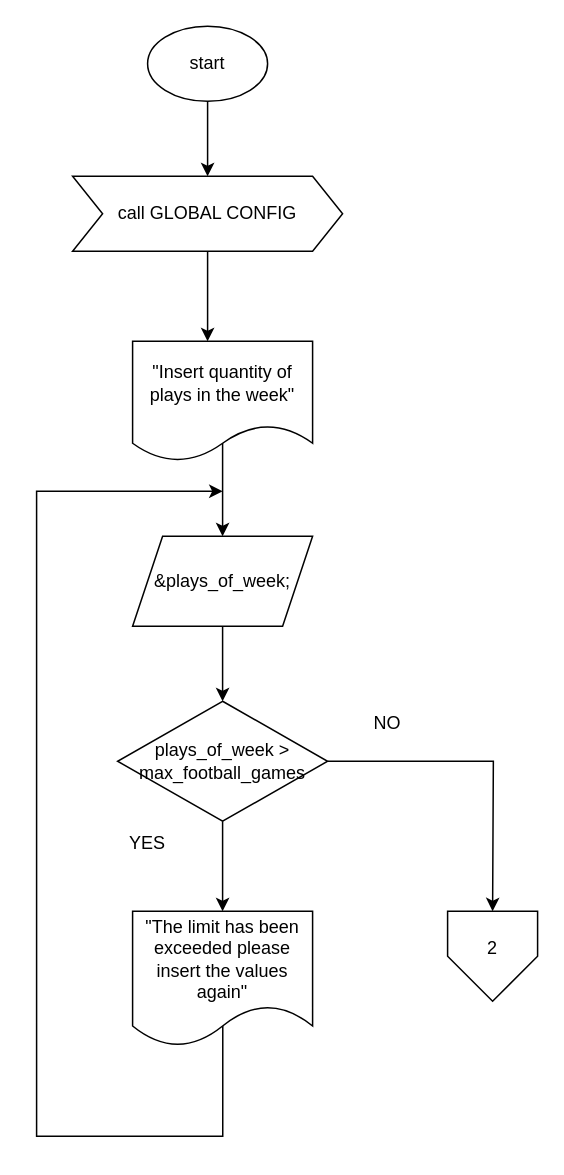
SrMochi02/exercises-c keeps this draw.io diagram as page "Page-2" (2 of 3) of 04_footballgames_practice/docs/excercisefootballgames.drawio. Above is the earlier version. Source tidied: cells renumbered, new cells numbered last; positions are measured from the earlier drawing's top-left corner, leaving out a move shared by most shapes. Both pictures are drawn from the tidied source at 150%, with x=0, y=0 at pixel (36, 26).
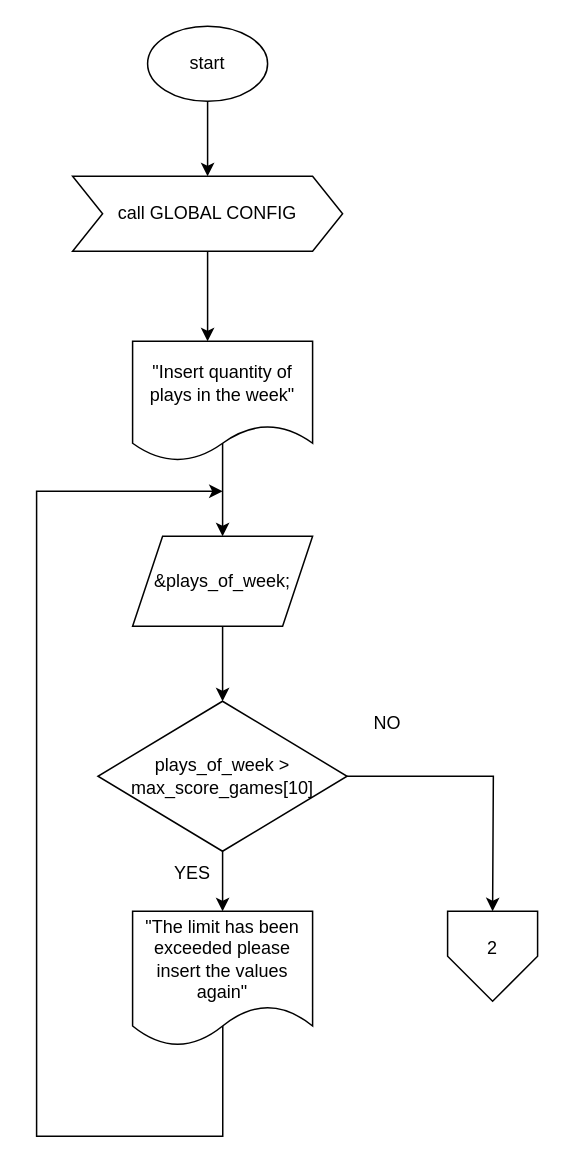
The same page after the edit.

The edit, as a diff of the source:
```diff
@@
-    <mxCell id="12" value="plays_of_week &amp;gt; max_football_games" style="rhombus;whiteSpace=wrap;html=1;" parent="1" vertex="1">
-      <mxGeometry x="53.9" y="450" width="140" height="80" as="geometry" />
+    <mxCell id="12" value="plays_of_week &amp;gt; max_score_games[10]" style="rhombus;whiteSpace=wrap;html=1;" parent="1" vertex="1">
+      <mxGeometry x="40.8" y="450" width="166.1" height="100" as="geometry" />
     </mxCell>
@@
     <mxCell id="14" value="YES" style="text;html=1;whiteSpace=wrap;strokeColor=none;fillColor=none;align=center;verticalAlign=middle;rounded=0;" parent="1" vertex="1">
-      <mxGeometry x="43.9" y="530" width="60" height="30" as="geometry" />
+      <mxGeometry x="73.9" y="550" width="60" height="30" as="geometry" />
     </mxCell>
```
